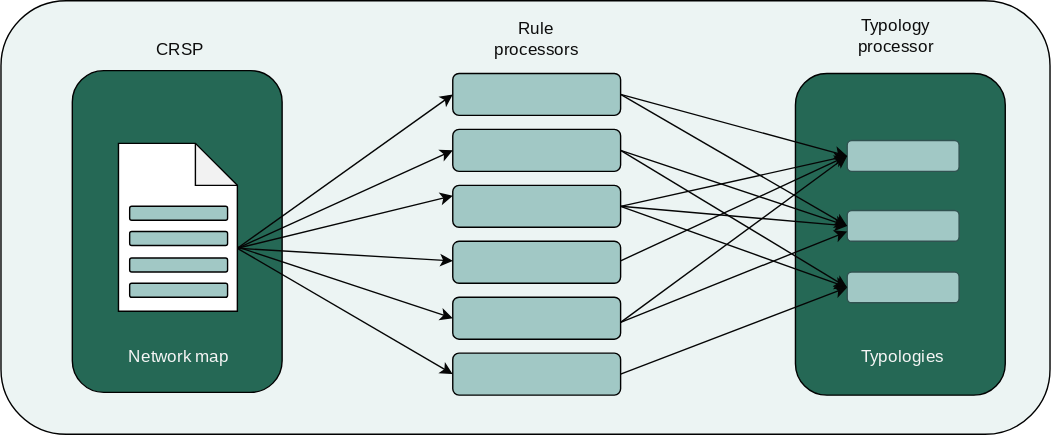
Before: images/tazama-config-rule-processor.drawio.svg, a diagram exported from draw.io (tazama-lf/docs). Source tidied: cells renumbered, new cells last; positions are measured from the earlier drawing's top-left corner, leaving out a move shared by most shapes. Its diagram source:
```xml
<mxGraphModel>
  <root>
    <mxCell id="0" />
    <mxCell id="1" parent="0" />
    <mxCell id="2" style="rounded=1;whiteSpace=wrap;html=1;fillColor=#ECF4F3;fontFamily=Open Sans;fontSource=https%3A%2F%2Ffonts.googleapis.com%2Fcss%3Ffamily%3DOpen%2BSans;fontColor=#050505;" parent="1" vertex="1">
      <mxGeometry width="750" height="310" as="geometry" />
    </mxCell>
    <mxCell id="3" style="rounded=1;whiteSpace=wrap;html=1;fillColor=#256855;fontFamily=Open Sans;fontSource=https%3A%2F%2Ffonts.googleapis.com%2Fcss%3Ffamily%3DOpen%2BSans;" parent="1" vertex="1">
      <mxGeometry x="51" y="50" width="150" height="230" as="geometry" />
    </mxCell>
    <mxCell id="4" style="shape=note;whiteSpace=wrap;html=1;backgroundOutline=1;darkOpacity=0.05;fontFamily=Open Sans;fontSource=https%3A%2F%2Ffonts.googleapis.com%2Fcss%3Ffamily%3DOpen%2BSans;" parent="1" vertex="1">
      <mxGeometry x="84" y="102" width="85" height="120" as="geometry" />
    </mxCell>
    <mxCell id="5" style="rounded=1;whiteSpace=wrap;html=1;fillColor=#A1C8C5;fontFamily=Open Sans;fontSource=https%3A%2F%2Ffonts.googleapis.com%2Fcss%3Ffamily%3DOpen%2BSans;" parent="1" vertex="1">
      <mxGeometry x="92" y="202" width="70" height="10" as="geometry" />
    </mxCell>
    <mxCell id="6" value="CRSP" style="text;html=1;align=center;verticalAlign=middle;whiteSpace=wrap;rounded=0;fontColor=#0d0d0d;fontFamily=Open Sans;fontSource=https%3A%2F%2Ffonts.googleapis.com%2Fcss%3Ffamily%3DOpen%2BSans;" parent="1" vertex="1">
      <mxGeometry x="98" y="20" width="60" height="30" as="geometry" />
    </mxCell>
    <mxCell id="7" style="rounded=1;whiteSpace=wrap;html=1;fillColor=#A1C8C5;fontFamily=Open Sans;fontSource=https%3A%2F%2Ffonts.googleapis.com%2Fcss%3Ffamily%3DOpen%2BSans;" parent="1" vertex="1">
      <mxGeometry x="92" y="147" width="70" height="10" as="geometry" />
    </mxCell>
    <mxCell id="8" style="rounded=1;whiteSpace=wrap;html=1;fillColor=#A1C8C5;fontFamily=Open Sans;fontSource=https%3A%2F%2Ffonts.googleapis.com%2Fcss%3Ffamily%3DOpen%2BSans;" parent="1" vertex="1">
      <mxGeometry x="92" y="165" width="70" height="10" as="geometry" />
    </mxCell>
    <mxCell id="9" style="rounded=1;whiteSpace=wrap;html=1;fillColor=#A1C8C5;fontFamily=Open Sans;fontSource=https%3A%2F%2Ffonts.googleapis.com%2Fcss%3Ffamily%3DOpen%2BSans;" parent="1" vertex="1">
      <mxGeometry x="92" y="184" width="70" height="10" as="geometry" />
    </mxCell>
    <mxCell id="10" style="rounded=1;whiteSpace=wrap;html=1;fillColor=#A1C8C5;fontFamily=Open Sans;fontSource=https%3A%2F%2Ffonts.googleapis.com%2Fcss%3Ffamily%3DOpen%2BSans;" parent="1" vertex="1">
      <mxGeometry x="323" y="92" width="120" height="30" as="geometry" />
    </mxCell>
    <mxCell id="11" style="rounded=1;whiteSpace=wrap;html=1;fillColor=#A1C8C5;fontFamily=Open Sans;fontSource=https%3A%2F%2Ffonts.googleapis.com%2Fcss%3Ffamily%3DOpen%2BSans;" parent="1" vertex="1">
      <mxGeometry x="323" y="132" width="120" height="30" as="geometry" />
    </mxCell>
    <mxCell id="12" style="rounded=1;whiteSpace=wrap;html=1;fillColor=#A1C8C5;fontFamily=Open Sans;fontSource=https%3A%2F%2Ffonts.googleapis.com%2Fcss%3Ffamily%3DOpen%2BSans;" parent="1" vertex="1">
      <mxGeometry x="323" y="172" width="120" height="30" as="geometry" />
    </mxCell>
    <mxCell id="13" style="rounded=1;whiteSpace=wrap;html=1;fillColor=#A1C8C5;fontFamily=Open Sans;fontSource=https%3A%2F%2Ffonts.googleapis.com%2Fcss%3Ffamily%3DOpen%2BSans;" parent="1" vertex="1">
      <mxGeometry x="323" y="212" width="120" height="30" as="geometry" />
    </mxCell>
    <mxCell id="14" style="rounded=1;whiteSpace=wrap;html=1;fillColor=#A1C8C5;fontFamily=Open Sans;fontSource=https%3A%2F%2Ffonts.googleapis.com%2Fcss%3Ffamily%3DOpen%2BSans;" parent="1" vertex="1">
      <mxGeometry x="323" y="252" width="120" height="30" as="geometry" />
    </mxCell>
    <mxCell id="15" style="rounded=1;whiteSpace=wrap;html=1;fillColor=#A1C8C5;fontFamily=Open Sans;fontSource=https%3A%2F%2Ffonts.googleapis.com%2Fcss%3Ffamily%3DOpen%2BSans;" parent="1" vertex="1">
      <mxGeometry x="323" y="52" width="120" height="30" as="geometry" />
    </mxCell>
    <mxCell id="16" value="Rule processors" style="text;html=1;align=center;verticalAlign=middle;whiteSpace=wrap;rounded=0;fontColor=#0d0d0d;fontFamily=Open Sans;fontSource=https%3A%2F%2Ffonts.googleapis.com%2Fcss%3Ffamily%3DOpen%2BSans;" parent="1" vertex="1">
      <mxGeometry x="353" y="12" width="60" height="30" as="geometry" />
    </mxCell>
    <mxCell id="17" style="rounded=1;whiteSpace=wrap;html=1;fillColor=#256855;fontFamily=Open Sans;fontSource=https%3A%2F%2Ffonts.googleapis.com%2Fcss%3Ffamily%3DOpen%2BSans;" parent="1" vertex="1">
      <mxGeometry x="568" y="52" width="150" height="230" as="geometry" />
    </mxCell>
    <mxCell id="18" value="Typology processor" style="text;html=1;align=center;verticalAlign=middle;whiteSpace=wrap;rounded=0;fontColor=#0d0d0d;fontFamily=Open Sans;fontSource=https%3A%2F%2Ffonts.googleapis.com%2Fcss%3Ffamily%3DOpen%2BSans;" parent="1" vertex="1">
      <mxGeometry x="610" y="10" width="60" height="30" as="geometry" />
    </mxCell>
    <mxCell id="19" value="&lt;font color=&quot;#f5f5f5&quot;&gt;Typologies&lt;/font&gt;" style="text;html=1;align=center;verticalAlign=middle;whiteSpace=wrap;rounded=0;fontFamily=Open Sans;fontSource=https%3A%2F%2Ffonts.googleapis.com%2Fcss%3Ffamily%3DOpen%2BSans;" parent="1" vertex="1">
      <mxGeometry x="615" y="240" width="60" height="30" as="geometry" />
    </mxCell>
    <mxCell id="20" style="rounded=1;whiteSpace=wrap;html=1;fillColor=#a1c8c5;strokeColor=#305250;fontFamily=Open Sans;fontSource=https%3A%2F%2Ffonts.googleapis.com%2Fcss%3Ffamily%3DOpen%2BSans;" parent="1" vertex="1">
      <mxGeometry x="605" y="100" width="80" height="22" as="geometry" />
    </mxCell>
    <mxCell id="21" style="endArrow=classic;html=1;fontColor=#0d0d0d;exitX=0;exitY=0;exitDx=85;exitDy=75;exitPerimeter=0;entryX=0;entryY=0.5;entryDx=0;entryDy=0;strokeColor=#050505;fontFamily=Open Sans;fontSource=https%3A%2F%2Ffonts.googleapis.com%2Fcss%3Ffamily%3DOpen%2BSans;" parent="1" edge="1" source="4" target="15">
      <mxGeometry relative="1" as="geometry" />
    </mxCell>
    <mxCell id="22" style="endArrow=classic;html=1;fontColor=#0d0d0d;entryX=0;entryY=0.5;entryDx=0;entryDy=0;strokeColor=#050505;exitX=0;exitY=0;exitDx=85;exitDy=75;exitPerimeter=0;fontFamily=Open Sans;fontSource=https%3A%2F%2Ffonts.googleapis.com%2Fcss%3Ffamily%3DOpen%2BSans;" parent="1" edge="1" source="4" target="10">
      <mxGeometry relative="1" as="geometry" />
    </mxCell>
    <mxCell id="23" style="endArrow=classic;html=1;fontColor=#0d0d0d;entryX=0;entryY=0.25;entryDx=0;entryDy=0;strokeColor=#050505;exitX=0;exitY=0;exitDx=85;exitDy=75;exitPerimeter=0;fontFamily=Open Sans;fontSource=https%3A%2F%2Ffonts.googleapis.com%2Fcss%3Ffamily%3DOpen%2BSans;" parent="1" edge="1" source="4" target="11">
      <mxGeometry relative="1" as="geometry" />
    </mxCell>
    <mxCell id="24" style="endArrow=classic;html=1;fontColor=#0d0d0d;entryX=0;entryY=0.5;entryDx=0;entryDy=0;strokeColor=#050505;fontFamily=Open Sans;fontSource=https%3A%2F%2Ffonts.googleapis.com%2Fcss%3Ffamily%3DOpen%2BSans;" parent="1" edge="1" source="4" target="13">
      <mxGeometry relative="1" as="geometry" />
    </mxCell>
    <mxCell id="25" style="endArrow=classic;html=1;fontColor=#0d0d0d;exitX=0;exitY=0;exitDx=85;exitDy=75;exitPerimeter=0;entryX=0;entryY=0.5;entryDx=0;entryDy=0;strokeColor=#050505;fontFamily=Open Sans;fontSource=https%3A%2F%2Ffonts.googleapis.com%2Fcss%3Ffamily%3DOpen%2BSans;" parent="1" edge="1" source="4">
      <mxGeometry relative="1" as="geometry">
        <mxPoint x="323" y="186" as="targetPoint" />
      </mxGeometry>
    </mxCell>
    <mxCell id="26" style="endArrow=classic;html=1;fontColor=#0d0d0d;exitX=0;exitY=0;exitDx=85;exitDy=75;exitPerimeter=0;entryX=0;entryY=0.5;entryDx=0;entryDy=0;strokeColor=#050505;fontFamily=Open Sans;fontSource=https%3A%2F%2Ffonts.googleapis.com%2Fcss%3Ffamily%3DOpen%2BSans;" parent="1" edge="1" source="4" target="14">
      <mxGeometry relative="1" as="geometry" />
    </mxCell>
    <mxCell id="27" style="rounded=1;whiteSpace=wrap;html=1;fillColor=#a1c8c5;strokeColor=#305250;fontFamily=Open Sans;fontSource=https%3A%2F%2Ffonts.googleapis.com%2Fcss%3Ffamily%3DOpen%2BSans;" parent="1" vertex="1">
      <mxGeometry x="605" y="150" width="80" height="22" as="geometry" />
    </mxCell>
    <mxCell id="28" style="rounded=1;whiteSpace=wrap;html=1;fillColor=#a1c8c5;strokeColor=#305250;fontFamily=Open Sans;fontSource=https%3A%2F%2Ffonts.googleapis.com%2Fcss%3Ffamily%3DOpen%2BSans;" parent="1" vertex="1">
      <mxGeometry x="605" y="194" width="80" height="22" as="geometry" />
    </mxCell>
    <mxCell id="29" style="endArrow=classic;html=1;fontColor=#0d0d0d;exitX=1;exitY=0.5;exitDx=0;exitDy=0;entryX=0;entryY=0.5;entryDx=0;entryDy=0;strokeColor=#050505;fontFamily=Open Sans;fontSource=https%3A%2F%2Ffonts.googleapis.com%2Fcss%3Ffamily%3DOpen%2BSans;" parent="1" edge="1" source="15" target="20">
      <mxGeometry relative="1" as="geometry" />
    </mxCell>
    <mxCell id="30" style="endArrow=classic;html=1;fontColor=#0d0d0d;exitX=1;exitY=0.5;exitDx=0;exitDy=0;entryX=0;entryY=0.5;entryDx=0;entryDy=0;strokeColor=#050505;fontFamily=Open Sans;fontSource=https%3A%2F%2Ffonts.googleapis.com%2Fcss%3Ffamily%3DOpen%2BSans;" parent="1" edge="1" source="15" target="27">
      <mxGeometry relative="1" as="geometry" />
    </mxCell>
    <mxCell id="31" style="endArrow=classic;html=1;fontColor=#0d0d0d;entryX=0;entryY=0.5;entryDx=0;entryDy=0;strokeColor=#050505;exitX=1;exitY=0.5;exitDx=0;exitDy=0;fontFamily=Open Sans;fontSource=https%3A%2F%2Ffonts.googleapis.com%2Fcss%3Ffamily%3DOpen%2BSans;" parent="1" edge="1" source="10" target="27">
      <mxGeometry relative="1" as="geometry" />
    </mxCell>
    <mxCell id="32" style="endArrow=classic;html=1;fontColor=#0d0d0d;strokeColor=#050505;exitX=1;exitY=0.5;exitDx=0;exitDy=0;entryX=0;entryY=0.5;entryDx=0;entryDy=0;fontFamily=Open Sans;fontSource=https%3A%2F%2Ffonts.googleapis.com%2Fcss%3Ffamily%3DOpen%2BSans;" parent="1" edge="1" source="11" target="28">
      <mxGeometry relative="1" as="geometry" />
    </mxCell>
    <mxCell id="33" style="endArrow=classic;html=1;fontColor=#0d0d0d;strokeColor=#050505;exitX=1;exitY=0.5;exitDx=0;exitDy=0;entryX=0;entryY=0.5;entryDx=0;entryDy=0;fontFamily=Open Sans;fontSource=https%3A%2F%2Ffonts.googleapis.com%2Fcss%3Ffamily%3DOpen%2BSans;" parent="1" edge="1" source="11" target="20">
      <mxGeometry relative="1" as="geometry" />
    </mxCell>
    <mxCell id="34" style="endArrow=classic;html=1;fontColor=#0d0d0d;strokeColor=#050505;exitX=1;exitY=0.5;exitDx=0;exitDy=0;entryX=0;entryY=0.5;entryDx=0;entryDy=0;fontFamily=Open Sans;fontSource=https%3A%2F%2Ffonts.googleapis.com%2Fcss%3Ffamily%3DOpen%2BSans;" parent="1" edge="1" source="11" target="27">
      <mxGeometry relative="1" as="geometry" />
    </mxCell>
    <mxCell id="35" style="endArrow=classic;html=1;fontColor=#0d0d0d;entryX=0;entryY=0.5;entryDx=0;entryDy=0;strokeColor=#050505;exitX=1;exitY=0.5;exitDx=0;exitDy=0;fontFamily=Open Sans;fontSource=https%3A%2F%2Ffonts.googleapis.com%2Fcss%3Ffamily%3DOpen%2BSans;" parent="1" edge="1" source="10" target="28">
      <mxGeometry relative="1" as="geometry" />
    </mxCell>
    <mxCell id="36" style="endArrow=classic;html=1;fontColor=#0d0d0d;strokeColor=#050505;exitX=1;exitY=0.5;exitDx=0;exitDy=0;entryX=0;entryY=0.5;entryDx=0;entryDy=0;fontFamily=Open Sans;fontSource=https%3A%2F%2Ffonts.googleapis.com%2Fcss%3Ffamily%3DOpen%2BSans;" parent="1" edge="1" source="14" target="28">
      <mxGeometry relative="1" as="geometry" />
    </mxCell>
    <mxCell id="37" style="endArrow=classic;html=1;fontColor=#0d0d0d;strokeColor=#050505;entryX=0;entryY=0.5;entryDx=0;entryDy=0;fontFamily=Open Sans;fontSource=https%3A%2F%2Ffonts.googleapis.com%2Fcss%3Ffamily%3DOpen%2BSans;" parent="1" edge="1">
      <mxGeometry relative="1" as="geometry">
        <mxPoint x="443" y="230" as="sourcePoint" />
        <mxPoint x="605" y="165" as="targetPoint" />
      </mxGeometry>
    </mxCell>
    <mxCell id="38" style="endArrow=classic;html=1;fontColor=#0d0d0d;strokeColor=#050505;exitX=1;exitY=0.5;exitDx=0;exitDy=0;entryX=0;entryY=0.5;entryDx=0;entryDy=0;fontFamily=Open Sans;fontSource=https%3A%2F%2Ffonts.googleapis.com%2Fcss%3Ffamily%3DOpen%2BSans;" parent="1" edge="1" target="20">
      <mxGeometry relative="1" as="geometry">
        <mxPoint x="443" y="186" as="sourcePoint" />
      </mxGeometry>
    </mxCell>
    <mxCell id="39" style="endArrow=classic;html=1;fontColor=#0d0d0d;strokeColor=#050505;entryX=0;entryY=0.5;entryDx=0;entryDy=0;fontFamily=Open Sans;fontSource=https%3A%2F%2Ffonts.googleapis.com%2Fcss%3Ffamily%3DOpen%2BSans;" parent="1" edge="1" target="20">
      <mxGeometry relative="1" as="geometry">
        <mxPoint x="443" y="230" as="sourcePoint" />
      </mxGeometry>
    </mxCell>
    <mxCell id="40" value="&lt;font color=&quot;#f5f5f5&quot;&gt;Network map&lt;/font&gt;" style="text;html=1;align=center;verticalAlign=middle;whiteSpace=wrap;rounded=0;fontFamily=Open Sans;fontSource=https%3A%2F%2Ffonts.googleapis.com%2Fcss%3Ffamily%3DOpen%2BSans;" parent="1" vertex="1">
      <mxGeometry x="88" y="240" width="79" height="30" as="geometry" />
    </mxCell>
  </root>
</mxGraphModel>
```
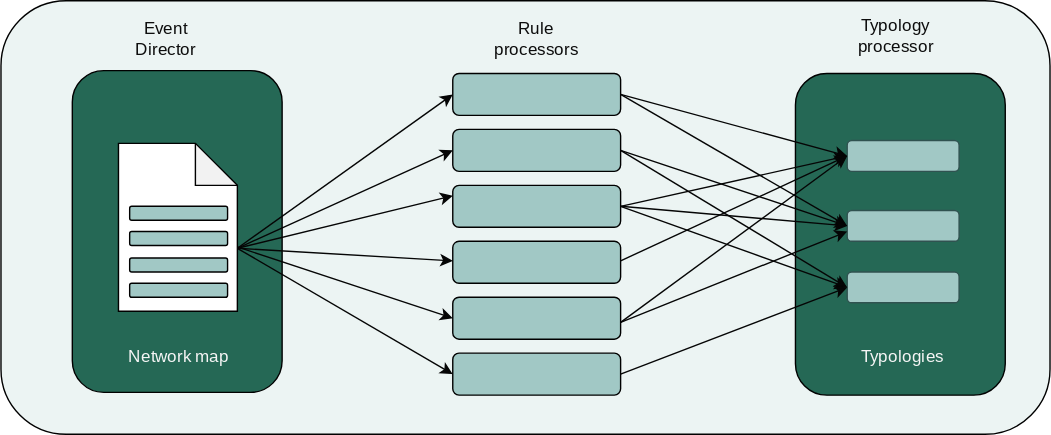
The same diagram one commit later.

Diff of the diagram source:
```diff
@@ -14,8 +14,8 @@
     <mxCell id="5" style="rounded=1;whiteSpace=wrap;html=1;fillColor=#A1C8C5;fontFamily=Open Sans;fontSource=https%3A%2F%2Ffonts.googleapis.com%2Fcss%3Ffamily%3DOpen%2BSans;" parent="1" vertex="1">
       <mxGeometry x="92" y="202" width="70" height="10" as="geometry" />
     </mxCell>
-    <mxCell id="6" value="CRSP" style="text;html=1;align=center;verticalAlign=middle;whiteSpace=wrap;rounded=0;fontColor=#0d0d0d;fontFamily=Open Sans;fontSource=https%3A%2F%2Ffonts.googleapis.com%2Fcss%3Ffamily%3DOpen%2BSans;" parent="1" vertex="1">
-      <mxGeometry x="98" y="20" width="60" height="30" as="geometry" />
+    <mxCell id="6" value="Event Director" style="text;html=1;align=center;verticalAlign=middle;whiteSpace=wrap;rounded=0;fontColor=#0d0d0d;fontFamily=Open Sans;fontSource=https%3A%2F%2Ffonts.googleapis.com%2Fcss%3Ffamily%3DOpen%2BSans;" parent="1" vertex="1">
+      <mxGeometry x="88" y="12" width="60" height="30" as="geometry" />
     </mxCell>
     <mxCell id="7" style="rounded=1;whiteSpace=wrap;html=1;fillColor=#A1C8C5;fontFamily=Open Sans;fontSource=https%3A%2F%2Ffonts.googleapis.com%2Fcss%3Ffamily%3DOpen%2BSans;" parent="1" vertex="1">
       <mxGeometry x="92" y="147" width="70" height="10" as="geometry" />
```
